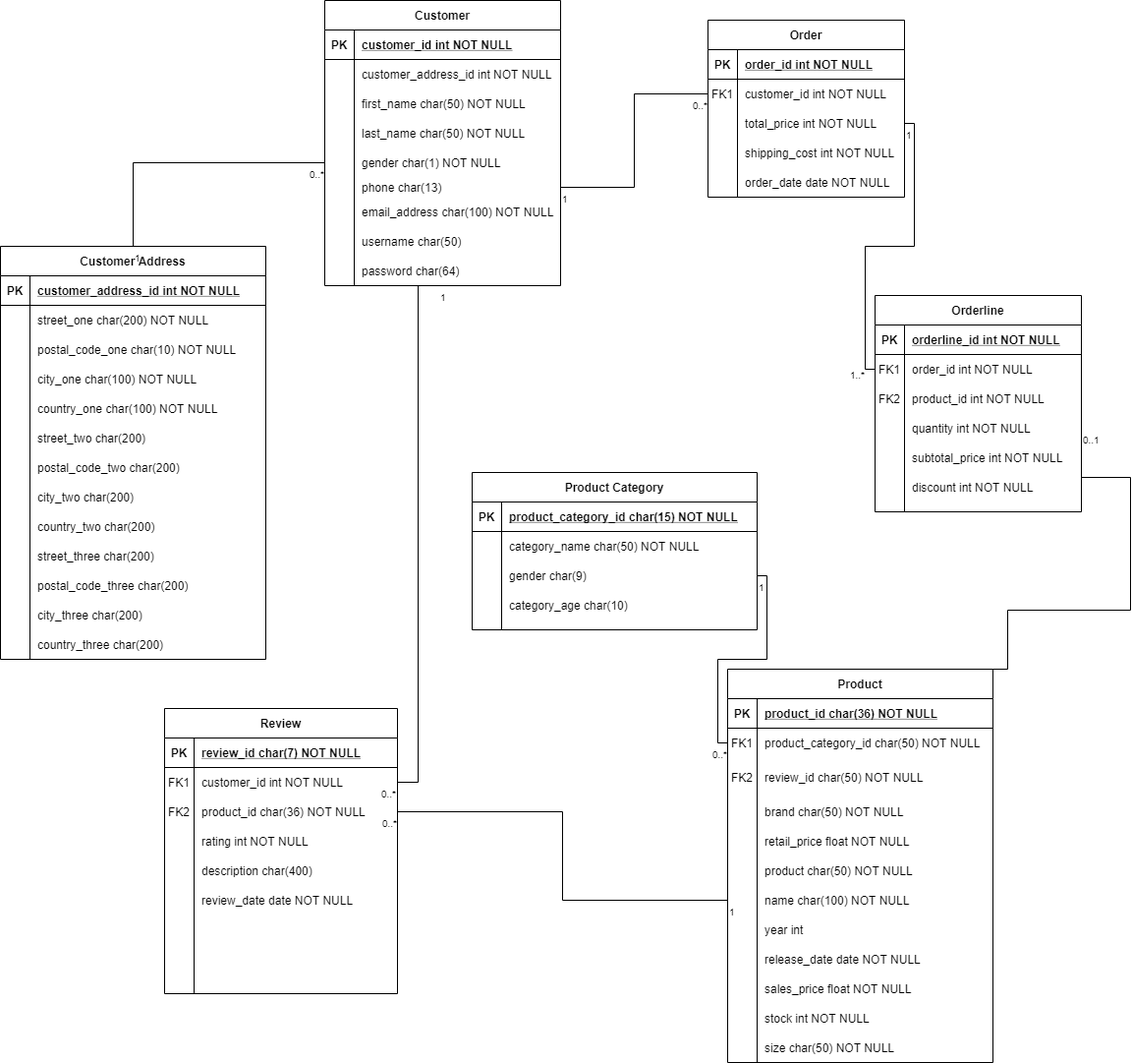
Earlier version of the draw.io export Diagrams/Brantayes ERD v2.png (Cerbersec/WebApp). Source tidied: cells renumbered, new cells last; positions are measured from the earlier drawing's top-left corner, leaving out a move shared by most shapes.
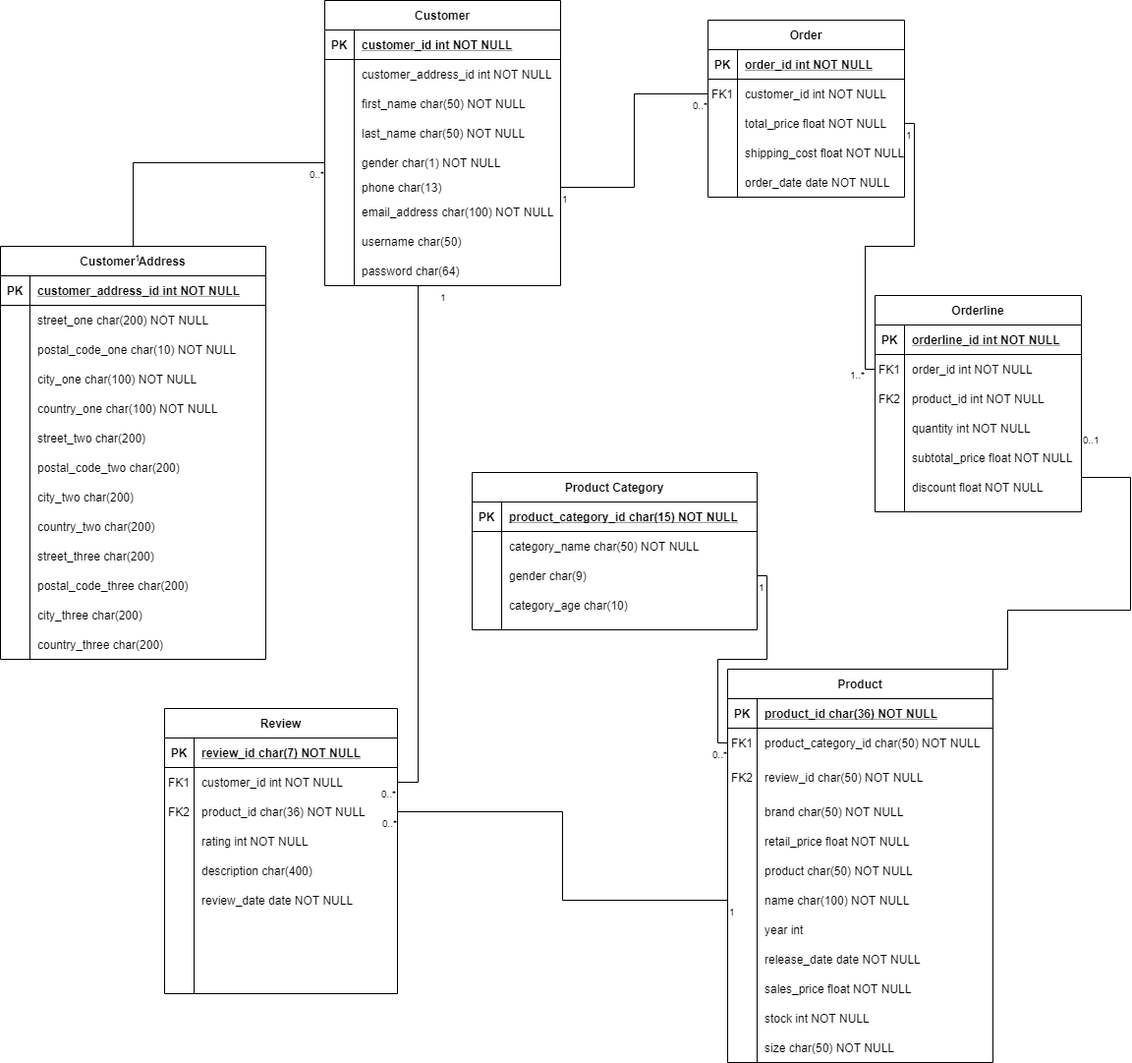
The same file after the commit.

What changed in the source:
```diff
@@ -268,7 +268,7 @@
     <mxCell id="86" style="shape=partialRectangle;fillColor=none;top=0;left=0;bottom=0;right=0;overflow=hidden;" parent="85" vertex="1">
       <mxGeometry width="30" height="30" as="geometry" />
     </mxCell>
-    <mxCell id="87" value="total_price int NOT NULL" style="shape=partialRectangle;fillColor=none;top=0;left=0;bottom=0;right=0;align=left;spacingLeft=6;overflow=hidden;" parent="85" vertex="1">
+    <mxCell id="87" value="total_price float NOT NULL" style="shape=partialRectangle;fillColor=none;top=0;left=0;bottom=0;right=0;align=left;spacingLeft=6;overflow=hidden;" parent="85" vertex="1">
       <mxGeometry x="30" width="170" height="30" as="geometry" />
     </mxCell>
     <mxCell id="88" style="shape=partialRectangle;fillColor=none;top=0;left=0;bottom=0;right=0;" parent="78" vertex="1">
@@ -277,7 +277,7 @@
     <mxCell id="89" style="shape=partialRectangle;fillColor=none;top=0;left=0;bottom=0;right=0;overflow=hidden;" parent="88" vertex="1">
       <mxGeometry width="30" height="30" as="geometry" />
     </mxCell>
-    <mxCell id="90" value="shipping_cost int NOT NULL" style="shape=partialRectangle;fillColor=none;top=0;left=0;bottom=0;right=0;align=left;spacingLeft=6;overflow=hidden;" parent="88" vertex="1">
+    <mxCell id="90" value="shipping_cost float NOT NULL" style="shape=partialRectangle;fillColor=none;top=0;left=0;bottom=0;right=0;align=left;spacingLeft=6;overflow=hidden;" parent="88" vertex="1">
       <mxGeometry x="30" width="170" height="30" as="geometry" />
     </mxCell>
     <mxCell id="91" style="shape=partialRectangle;fillColor=none;top=0;left=0;bottom=0;right=0;" parent="78" vertex="1">
@@ -334,7 +334,7 @@
     <mxCell id="108" style="shape=partialRectangle;fillColor=none;top=0;left=0;bottom=0;right=0;overflow=hidden;" parent="107" vertex="1">
       <mxGeometry width="30" height="30" as="geometry" />
     </mxCell>
-    <mxCell id="109" value="subtotal_price int NOT NULL" style="shape=partialRectangle;fillColor=none;top=0;left=0;bottom=0;right=0;align=left;spacingLeft=6;overflow=hidden;" parent="107" vertex="1">
+    <mxCell id="109" value="subtotal_price float NOT NULL" style="shape=partialRectangle;fillColor=none;top=0;left=0;bottom=0;right=0;align=left;spacingLeft=6;overflow=hidden;" parent="107" vertex="1">
       <mxGeometry x="30" width="180" height="30" as="geometry" />
     </mxCell>
     <mxCell id="110" style="shape=partialRectangle;fillColor=none;top=0;left=0;bottom=0;right=0;" parent="94" vertex="1">
@@ -343,7 +343,7 @@
     <mxCell id="111" style="shape=partialRectangle;fillColor=none;top=0;left=0;bottom=0;right=0;overflow=hidden;" parent="110" vertex="1">
       <mxGeometry width="30" height="30" as="geometry" />
     </mxCell>
-    <mxCell id="112" value="discount int NOT NULL" style="shape=partialRectangle;fillColor=none;top=0;left=0;bottom=0;right=0;align=left;spacingLeft=6;overflow=hidden;" parent="110" vertex="1">
+    <mxCell id="112" value="discount float NOT NULL" style="shape=partialRectangle;fillColor=none;top=0;left=0;bottom=0;right=0;align=left;spacingLeft=6;overflow=hidden;" parent="110" vertex="1">
       <mxGeometry x="30" width="180" height="30" as="geometry" />
     </mxCell>
     <mxCell id="113" value="Customer" style="shape=table;startSize=30;rowLines=0;fontStyle=1;align=center;" parent="1" vertex="1">
```
